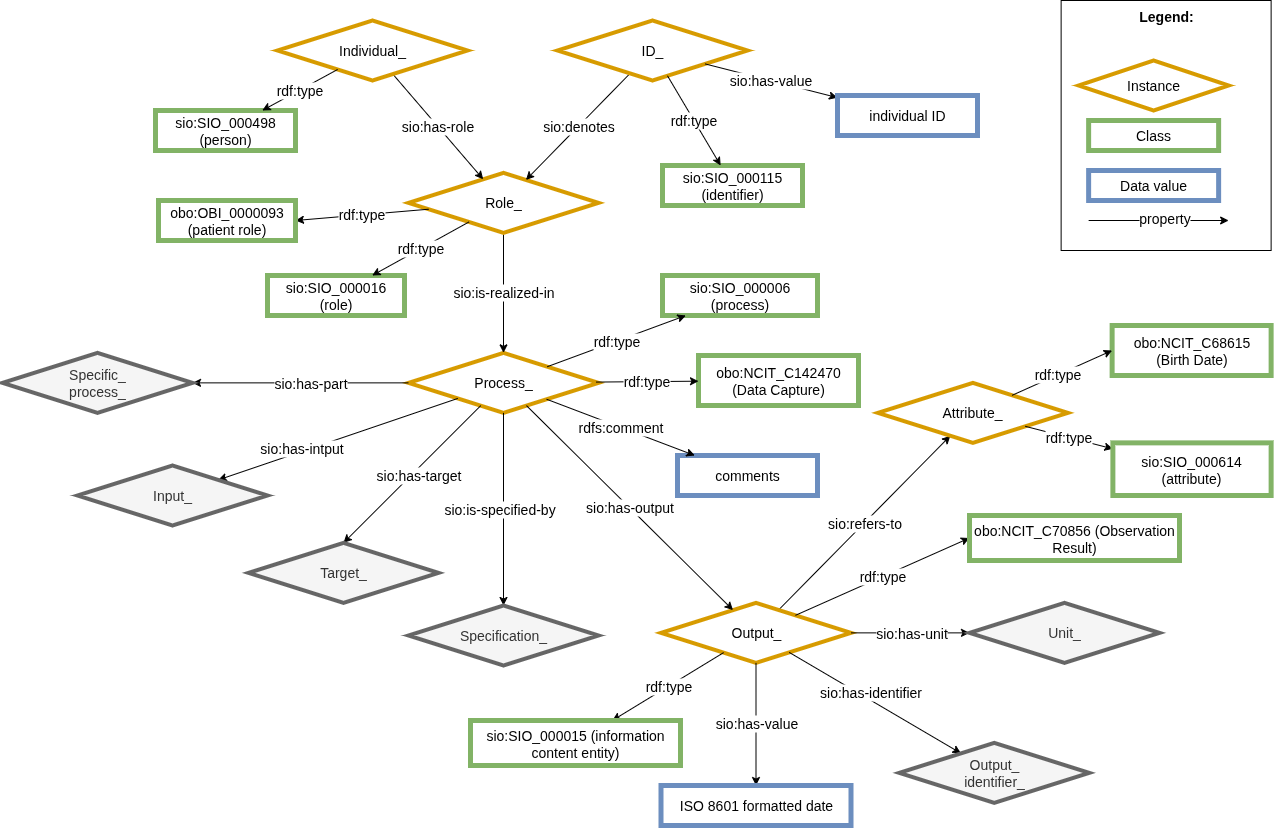
CARE-SM/CARE-Semantic-Model keeps this draw.io diagram as images/CARE-SM-Birthdate.drawio.png. Above is the earlier version. Source tidied: cells renumbered, new cells last; positions are measured from the earlier drawing's top-left corner, leaving out a move shared by most shapes.
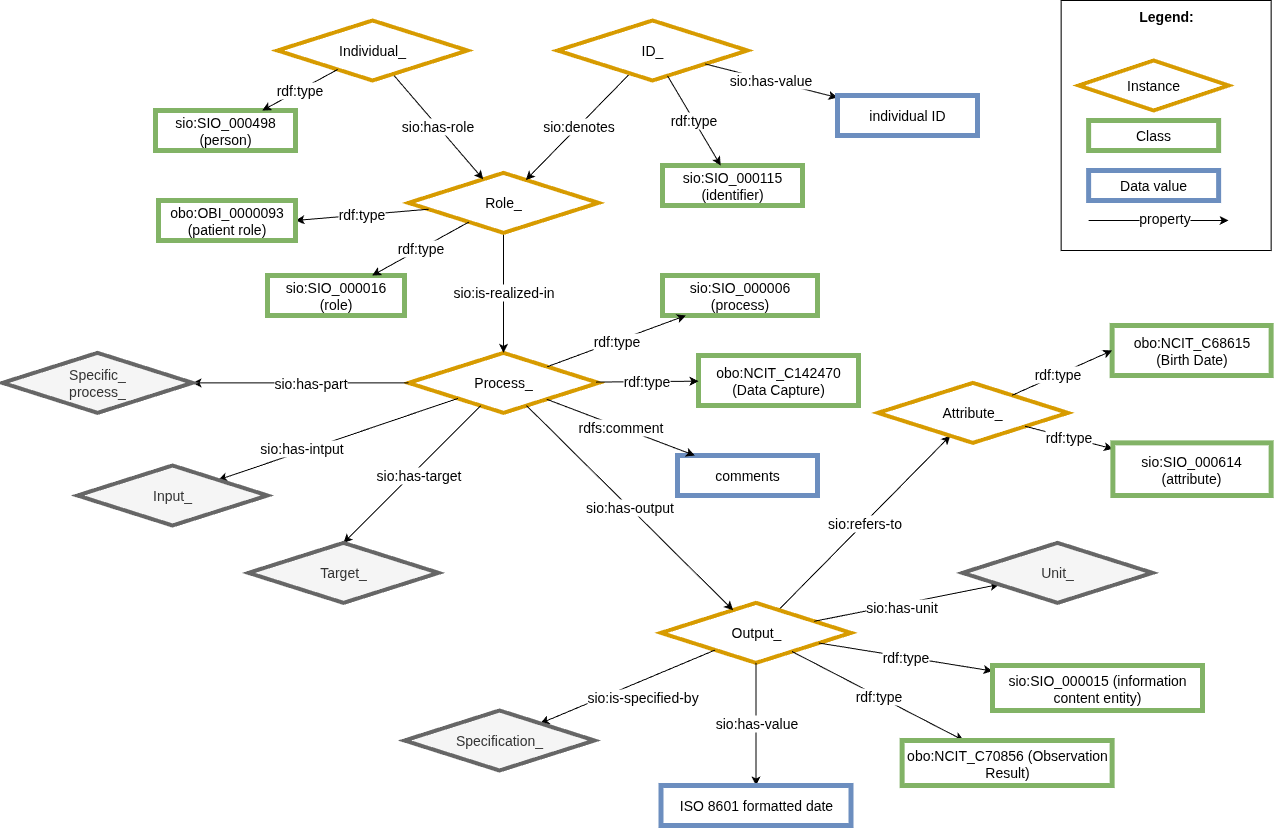
The same file after the commit.

The edit, as a diff of the source:
```diff
@@ -21,7 +21,7 @@
       <mxGeometry relative="1" as="geometry" />
     </mxCell>
     <mxCell id="8" value="&lt;font style=&quot;font-size: 14px;&quot;&gt;sio:SIO_000015 (information content entity)&lt;/font&gt;" style="whiteSpace=wrap;html=1;fillColor=#FFFFFF;strokeColor=#82b366;strokeWidth=5;fontSize=14;" parent="1" vertex="1">
-      <mxGeometry x="468" y="720" width="210" height="45" as="geometry" />
+      <mxGeometry x="990" y="665" width="210" height="45" as="geometry" />
     </mxCell>
     <mxCell id="9" value="Role_" style="rhombus;whiteSpace=wrap;html=1;fillColor=#FFFFFF;strokeColor=#D79B00;perimeter=rhombusPerimeter;arcSize=20;comic=0;enumerate=0;strokeWidth=4;rounded=0;fontSize=14;" parent="1" vertex="1">
       <mxGeometry x="406" y="172.4" width="190" height="60" as="geometry" />
@@ -64,7 +64,7 @@
         <mxPoint x="-61" y="18" as="offset" />
       </mxGeometry>
     </mxCell>
-    <mxCell id="22" style="edgeStyle=none;rounded=0;jettySize=auto;html=1;strokeWidth=1;fontSize=14;" parent="1" edge="1" source="4" target="24">
+    <mxCell id="22" style="edgeStyle=none;rounded=0;jettySize=auto;html=1;strokeWidth=1;fontSize=14;" parent="1" edge="1" source="3" target="24">
       <mxGeometry relative="1" as="geometry" />
     </mxCell>
     <mxCell id="23" value="sio:is-specified-by" style="edgeLabel;html=1;align=center;verticalAlign=middle;fontSize=14;" parent="22" vertex="1">
@@ -73,7 +73,7 @@
       </mxGeometry>
     </mxCell>
     <mxCell id="24" value="Specification_" style="rhombus;whiteSpace=wrap;html=1;fillColor=#f5f5f5;strokeColor=#666666;perimeter=rhombusPerimeter;arcSize=20;comic=0;enumerate=0;strokeWidth=4;rounded=0;fontSize=14;fontColor=#333333;" parent="1" vertex="1">
-      <mxGeometry x="406" y="605" width="190" height="60" as="geometry" />
+      <mxGeometry x="402" y="710" width="190" height="60" as="geometry" />
     </mxCell>
     <mxCell id="25" value="Input_" style="rhombus;whiteSpace=wrap;html=1;fillColor=#f5f5f5;strokeColor=#666666;perimeter=rhombusPerimeter;arcSize=20;comic=0;enumerate=0;strokeWidth=4;rounded=0;fontSize=14;fontColor=#333333;" parent="1" vertex="1">
       <mxGeometry x="75" y="465" width="190" height="60" as="geometry" />
@@ -87,7 +87,7 @@
       </mxGeometry>
     </mxCell>
     <mxCell id="28" value="Unit_" style="rhombus;whiteSpace=wrap;html=1;fillColor=#f5f5f5;strokeColor=#666666;perimeter=rhombusPerimeter;arcSize=20;comic=0;enumerate=0;strokeWidth=4;rounded=0;fontSize=14;fontColor=#333333;" parent="1" vertex="1">
-      <mxGeometry x="967" y="602.4" width="190" height="60" as="geometry" />
+      <mxGeometry x="960" y="542.4" width="190" height="60" as="geometry" />
     </mxCell>
     <mxCell id="29" value="&lt;div style=&quot;text-align: left; font-size: 14px;&quot;&gt;&lt;span style=&quot;background-color: initial; font-size: 14px;&quot;&gt;&lt;b style=&quot;font-size: 14px;&quot;&gt;&lt;font style=&quot;font-size: 14px;&quot;&gt;Legend:&lt;/font&gt;&lt;/b&gt;&lt;/span&gt;&lt;/div&gt;&lt;div style=&quot;text-align: left; font-size: 14px;&quot;&gt;&lt;span style=&quot;background-color: initial; font-size: 14px;&quot;&gt;&lt;br style=&quot;font-size: 14px;&quot;&gt;&lt;/span&gt;&lt;/div&gt;&lt;div style=&quot;text-align: left; font-size: 14px;&quot;&gt;&lt;span style=&quot;background-color: initial; font-size: 14px;&quot;&gt;&lt;br style=&quot;font-size: 14px;&quot;&gt;&lt;/span&gt;&lt;/div&gt;&lt;div style=&quot;text-align: left; font-size: 14px;&quot;&gt;&lt;span style=&quot;background-color: initial; font-size: 14px;&quot;&gt;&lt;br style=&quot;font-size: 14px;&quot;&gt;&lt;/span&gt;&lt;/div&gt;&lt;div style=&quot;text-align: left; font-size: 14px;&quot;&gt;&lt;br style=&quot;font-size: 14px;&quot;&gt;&lt;/div&gt;&lt;div style=&quot;text-align: left; font-size: 14px;&quot;&gt;&lt;br style=&quot;font-size: 14px;&quot;&gt;&lt;/div&gt;&lt;div style=&quot;text-align: left; font-size: 14px;&quot;&gt;&lt;br style=&quot;font-size: 14px;&quot;&gt;&lt;/div&gt;&lt;div style=&quot;text-align: left; font-size: 14px;&quot;&gt;&lt;br style=&quot;font-size: 14px;&quot;&gt;&lt;/div&gt;&lt;div style=&quot;text-align: left; font-size: 14px;&quot;&gt;&lt;br style=&quot;font-size: 14px;&quot;&gt;&lt;/div&gt;&lt;div style=&quot;text-align: left; font-size: 14px;&quot;&gt;&lt;span style=&quot;background-color: initial; font-size: 14px;&quot;&gt;&lt;br style=&quot;font-size: 14px;&quot;&gt;&lt;/span&gt;&lt;/div&gt;&lt;div style=&quot;text-align: left; font-size: 14px;&quot;&gt;&lt;span style=&quot;background-color: initial; font-size: 14px;&quot;&gt;&lt;br style=&quot;font-size: 14px;&quot;&gt;&lt;/span&gt;&lt;/div&gt;&lt;div style=&quot;text-align: left; font-size: 14px;&quot;&gt;&lt;span style=&quot;background-color: initial; font-size: 14px;&quot;&gt;&lt;br style=&quot;font-size: 14px;&quot;&gt;&lt;/span&gt;&lt;/div&gt;&lt;div style=&quot;text-align: left; font-size: 14px;&quot;&gt;&lt;span style=&quot;background-color: initial; font-size: 14px;&quot;&gt;&lt;br style=&quot;font-size: 14px;&quot;&gt;&lt;/span&gt;&lt;/div&gt;&lt;div style=&quot;text-align: left; font-size: 14px;&quot;&gt;&lt;span style=&quot;background-color: initial; font-size: 14px;&quot;&gt;&lt;br style=&quot;font-size: 14px;&quot;&gt;&lt;/span&gt;&lt;/div&gt;" style="rounded=0;whiteSpace=wrap;html=1;fontSize=14;" parent="1" vertex="1">
       <mxGeometry x="1058.6" width="210" height="250" as="geometry" />
@@ -135,28 +135,17 @@
     <mxCell id="41" value="Specific_&lt;div&gt;process_&lt;/div&gt;" style="rhombus;whiteSpace=wrap;html=1;fillColor=#f5f5f5;strokeColor=#666666;perimeter=rhombusPerimeter;arcSize=20;comic=0;enumerate=0;strokeWidth=4;rounded=0;fontSize=14;fontColor=#333333;" parent="1" vertex="1">
       <mxGeometry y="352.4" width="190" height="60" as="geometry" />
     </mxCell>
-    <mxCell id="42" style="edgeStyle=none;rounded=0;jettySize=auto;html=1;fontSize=14;" parent="1" edge="1" source="3" target="44">
-      <mxGeometry relative="1" as="geometry" />
-    </mxCell>
-    <mxCell id="43" value="sio:has-identifier" style="edgeLabel;html=1;align=center;verticalAlign=middle;fontSize=14;" parent="42" vertex="1">
-      <mxGeometry x="-0.21" y="-1" relative="1" as="geometry">
-        <mxPoint x="13" y="-1" as="offset" />
-      </mxGeometry>
-    </mxCell>
-    <mxCell id="44" value="Output_&lt;div style=&quot;font-size: 14px;&quot;&gt;identifier_&lt;/div&gt;" style="rhombus;whiteSpace=wrap;html=1;fillColor=#f5f5f5;strokeColor=#666666;perimeter=rhombusPerimeter;arcSize=20;comic=0;enumerate=0;strokeWidth=4;rounded=0;fontSize=14;fontColor=#333333;" parent="1" vertex="1">
-      <mxGeometry x="896.8" y="742.4" width="190" height="60" as="geometry" />
-    </mxCell>
     <mxCell id="45" value="rdf:type" style="edgeStyle=none;rounded=0;jettySize=auto;html=1;fontSize=14;" parent="1" edge="1" source="9" target="17">
       <mxGeometry relative="1" as="geometry" />
     </mxCell>
     <mxCell id="46" value="rdf:type" style="edgeStyle=none;rounded=0;jettySize=auto;html=1;fontSize=14;" parent="1" edge="1" source="11" target="18">
       <mxGeometry relative="1" as="geometry" />
     </mxCell>
-    <mxCell id="47" value="rdf:type" style="edgeStyle=none;rounded=0;jettySize=auto;html=1;entryX=0;entryY=0.5;entryDx=0;entryDy=0;fontSize=14;" parent="1" edge="1" source="3" target="48">
+    <mxCell id="47" value="rdf:type" style="edgeStyle=none;rounded=0;jettySize=auto;html=1;fontSize=14;" parent="1" edge="1" source="3" target="48">
       <mxGeometry relative="1" as="geometry" />
     </mxCell>
     <mxCell id="48" value="obo:NCIT_C70856 (Observation Result)" style="whiteSpace=wrap;html=1;fillColor=#FFFFFF;strokeColor=#82b366;strokeWidth=5;fontSize=14;" parent="1" vertex="1">
-      <mxGeometry x="967" y="515" width="210" height="45" as="geometry" />
+      <mxGeometry x="899.6" y="740" width="210" height="45" as="geometry" />
     </mxCell>
     <mxCell id="49" value="obo:NCIT_C68615&lt;div&gt;(Birth Date)&lt;span style=&quot;background-color: initial; font-size: 14px;&quot;&gt;&lt;br style=&quot;font-size: 14px;&quot;&gt;&lt;/span&gt;&lt;/div&gt;" style="whiteSpace=wrap;html=1;fillColor=#FFFFFF;strokeColor=#82b366;strokeWidth=5;fontSize=14;" parent="1" vertex="1">
       <mxGeometry x="1109.6" y="325" width="159" height="50" as="geometry" />
```
